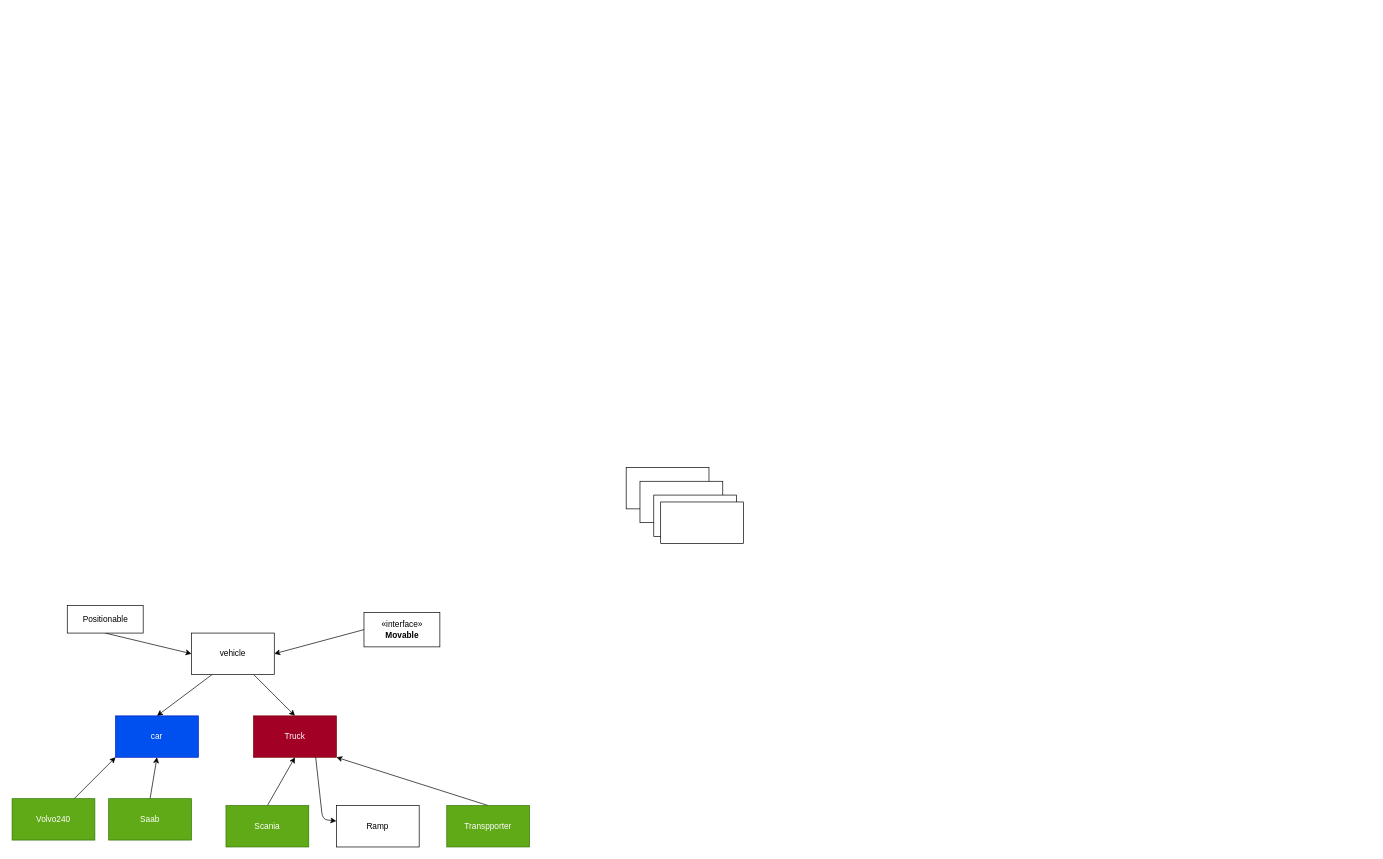
erikpersson0884/TDA553-Lab2 keeps this draw.io diagram as src/Cars/blablalbalba.drawio. Above is the earlier version. Source tidied: cells renumbered, new cells numbered last; positions are measured from the earlier drawing's top-left corner, leaving out a move shared by most shapes. Both pictures are drawn from the tidied source at 69%, with x=0, y=0 at pixel (12, 467).
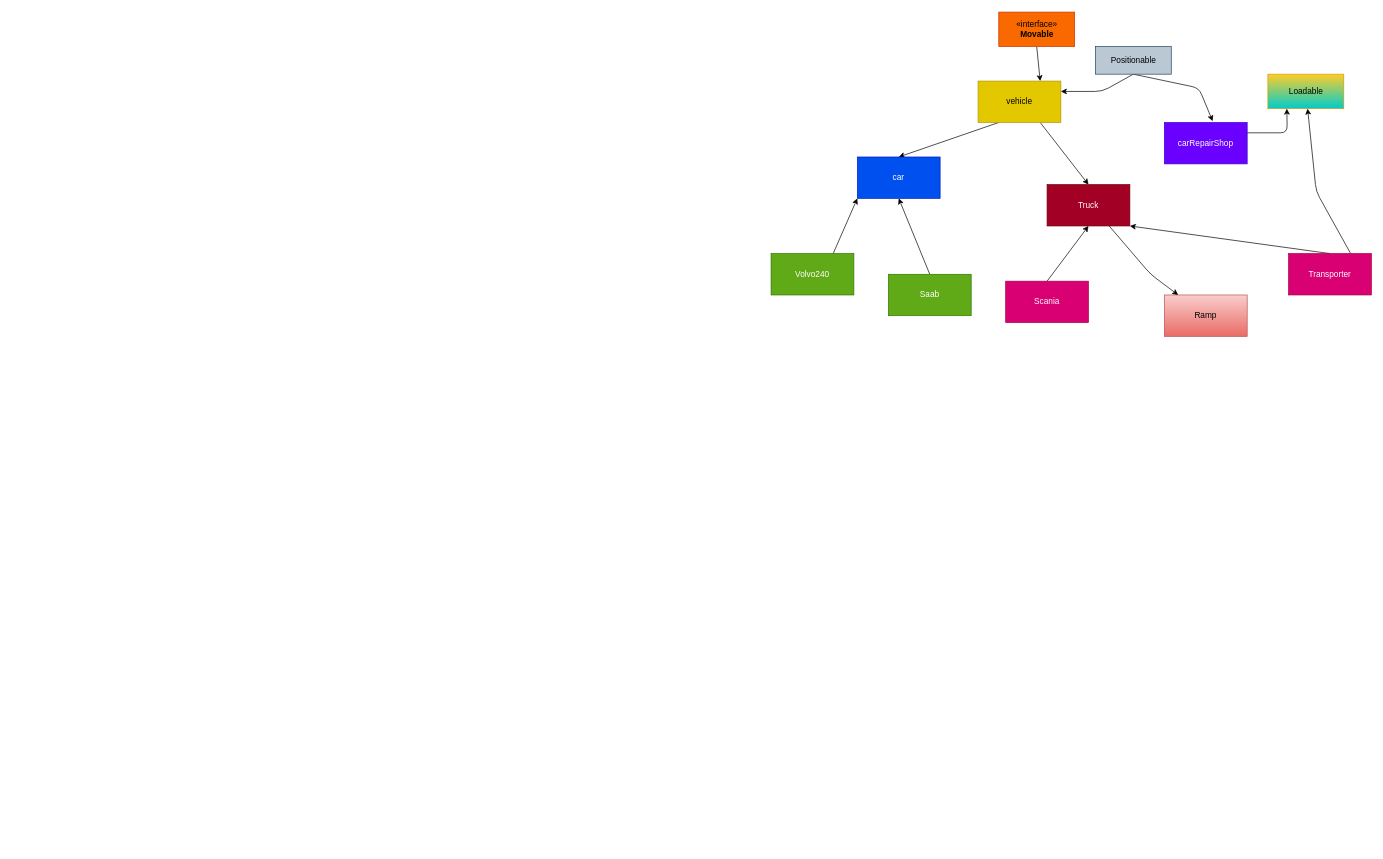
After the change.

The edit, as a diff of the source:
```diff
@@
     <mxCell id="3" value="car" style="rounded=0;whiteSpace=wrap;html=1;fillColor=#0050ef;fontColor=#ffffff;strokeColor=#001DBC;" parent="1" vertex="1">
-      <mxGeometry x="150" y="360" width="120" height="60" as="geometry" />
+      <mxGeometry x="1225" y="-450" width="120" height="60" as="geometry" />
     </mxCell>
@@
     <mxCell id="5" value="Truck" style="rounded=0;whiteSpace=wrap;html=1;fillColor=#a20025;fontColor=#ffffff;strokeColor=#6F0000;" parent="1" vertex="1">
-      <mxGeometry x="350" y="360" width="120" height="60" as="geometry" />
+      <mxGeometry x="1500" y="-410" width="120" height="60" as="geometry" />
     </mxCell>
@@
     <mxCell id="7" value="Volvo240" style="rounded=0;whiteSpace=wrap;html=1;fillColor=#60a917;fontColor=#ffffff;strokeColor=#2D7600;" parent="1" vertex="1">
-      <mxGeometry y="480" width="120" height="60" as="geometry" />
+      <mxGeometry x="1100" y="-310" width="120" height="60" as="geometry" />
     </mxCell>
@@
     <mxCell id="9" value="Saab" style="rounded=0;whiteSpace=wrap;html=1;fillColor=#60a917;fontColor=#ffffff;strokeColor=#2D7600;" parent="1" vertex="1">
-      <mxGeometry x="140" y="480" width="120" height="60" as="geometry" />
+      <mxGeometry x="1270" y="-280" width="120" height="60" as="geometry" />
     </mxCell>
@@
-    <mxCell id="11" value="Scania" style="rounded=0;whiteSpace=wrap;html=1;fillColor=#60a917;fontColor=#ffffff;strokeColor=#2D7600;" parent="1" vertex="1">
-      <mxGeometry x="310" y="490" width="120" height="60" as="geometry" />
+    <mxCell id="11" value="Scania" style="rounded=0;whiteSpace=wrap;html=1;fillColor=#d80073;fontColor=#ffffff;strokeColor=#A50040;" parent="1" vertex="1">
+      <mxGeometry x="1440" y="-270" width="120" height="60" as="geometry" />
     </mxCell>
@@
+    <mxCell id="25" style="edgeStyle=none;html=1;exitX=0.75;exitY=0;exitDx=0;exitDy=0;" parent="1" edge="1" source="13" target="29">
+      <mxGeometry relative="1" as="geometry">
+        <Array as="points">
+          <mxPoint x="1890" y="-400" />
+        </Array>
+      </mxGeometry>
+    </mxCell>
-    <mxCell id="13" value="Transpporter" style="rounded=0;whiteSpace=wrap;html=1;fillColor=#60a917;fontColor=#ffffff;strokeColor=#2D7600;" parent="1" vertex="1">
-      <mxGeometry x="630" y="490" width="120" height="60" as="geometry" />
+    <mxCell id="13" value="Transporter" style="rounded=0;whiteSpace=wrap;html=1;fillColor=#d80073;fontColor=#ffffff;strokeColor=#A50040;" parent="1" vertex="1">
+      <mxGeometry x="1850" y="-310" width="120" height="60" as="geometry" />
     </mxCell>
-    <mxCell id="14" style="rounded=0;whiteSpace=wrap;html=1;" parent="1" vertex="1">
-      <mxGeometry x="890" width="120" height="60" as="geometry" />
-    </mxCell>
-    <mxCell id="15" style="rounded=0;whiteSpace=wrap;html=1;" parent="1" vertex="1">
-      <mxGeometry x="910" y="20" width="120" height="60" as="geometry" />
-    </mxCell>
-    <mxCell id="16" style="rounded=0;whiteSpace=wrap;html=1;" parent="1" vertex="1">
-      <mxGeometry x="930" y="40" width="120" height="60" as="geometry" />
-    </mxCell>
-    <mxCell id="17" value="Ramp" style="rounded=0;whiteSpace=wrap;html=1;" parent="1" vertex="1">
-      <mxGeometry x="470" y="490" width="120" height="60" as="geometry" />
+    <mxCell id="17" value="Ramp" style="rounded=0;whiteSpace=wrap;html=1;fillColor=#f8cecc;gradientColor=#ea6b66;strokeColor=#b85450;" parent="1" vertex="1">
+      <mxGeometry x="1670" y="-250" width="120" height="60" as="geometry" />
     </mxCell>
-    <mxCell id="18" style="rounded=0;whiteSpace=wrap;html=1;" parent="1" vertex="1">
-      <mxGeometry x="940" y="50" width="120" height="60" as="geometry" />
-    </mxCell>
-    <mxCell id="19" style="edgeStyle=none;html=1;exitX=0;exitY=0.5;exitDx=0;exitDy=0;entryX=1;entryY=0.5;entryDx=0;entryDy=0;" parent="1" edge="1" source="22" target="20">
+    <mxCell id="19" style="edgeStyle=none;html=1;exitX=0.5;exitY=1;exitDx=0;exitDy=0;entryX=0.75;entryY=0;entryDx=0;entryDy=0;" parent="1" edge="1" source="22" target="20">
       <mxGeometry relative="1" as="geometry" />
     </mxCell>
-    <mxCell id="20" value="vehicle" style="rounded=0;whiteSpace=wrap;html=1;" parent="1" vertex="1">
-      <mxGeometry x="260" y="240" width="120" height="60" as="geometry" />
+    <mxCell id="20" value="vehicle" style="rounded=0;whiteSpace=wrap;html=1;fillColor=#e3c800;fontColor=#000000;strokeColor=#B09500;" parent="1" vertex="1">
+      <mxGeometry x="1400" y="-560" width="120" height="60" as="geometry" />
     </mxCell>
     <mxCell id="21" style="edgeStyle=none;html=1;exitX=0.75;exitY=1;exitDx=0;exitDy=0;" parent="1" edge="1" source="5" target="17">
       <mxGeometry relative="1" as="geometry">
         <Array as="points">
-          <mxPoint x="450" y="510" />
+          <mxPoint x="1650" y="-280" />
         </Array>
       </mxGeometry>
     </mxCell>
-    <mxCell id="22" value="«interface»&lt;br&gt;&lt;b&gt;Movable&lt;/b&gt;" style="html=1;" parent="1" vertex="1">
-      <mxGeometry x="510" y="210" width="110" height="50" as="geometry" />
+    <mxCell id="22" value="«interface»&lt;br&gt;&lt;b&gt;Movable&lt;/b&gt;" style="html=1;fillColor=#fa6800;fontColor=#000000;strokeColor=#C73500;" parent="1" vertex="1">
+      <mxGeometry x="1430" y="-660" width="110" height="50" as="geometry" />
     </mxCell>
-    <mxCell id="23" style="edgeStyle=none;html=1;exitX=0.5;exitY=1;exitDx=0;exitDy=0;entryX=0;entryY=0.5;entryDx=0;entryDy=0;" parent="1" edge="1" source="24" target="20">
-      <mxGeometry relative="1" as="geometry" />
+    <mxCell id="23" style="edgeStyle=none;html=1;exitX=0.5;exitY=1;exitDx=0;exitDy=0;entryX=1;entryY=0.25;entryDx=0;entryDy=0;" parent="1" edge="1" source="24" target="20">
+      <mxGeometry relative="1" as="geometry">
+        <Array as="points">
+          <mxPoint x="1580" y="-545" />
+        </Array>
+      </mxGeometry>
     </mxCell>
+    <mxCell id="26" style="edgeStyle=none;html=1;exitX=0.5;exitY=1;exitDx=0;exitDy=0;entryX=0.583;entryY=-0.033;entryDx=0;entryDy=0;entryPerimeter=0;" parent="1" edge="1" source="24" target="28">
+      <mxGeometry relative="1" as="geometry">
+        <Array as="points">
+          <mxPoint x="1720" y="-550" />
+        </Array>
+      </mxGeometry>
+    </mxCell>
-    <mxCell id="24" value="Positionable" style="html=1;" parent="1" vertex="1">
-      <mxGeometry x="80" y="200" width="110" height="40" as="geometry" />
+    <mxCell id="24" value="Positionable" style="html=1;fillColor=#bac8d3;strokeColor=#23445d;" parent="1" vertex="1">
+      <mxGeometry x="1570" y="-610" width="110" height="40" as="geometry" />
     </mxCell>
+    <mxCell id="27" style="edgeStyle=none;html=1;exitX=1;exitY=0.25;exitDx=0;exitDy=0;entryX=0.25;entryY=1;entryDx=0;entryDy=0;" parent="1" edge="1" source="28" target="29">
+      <mxGeometry relative="1" as="geometry">
+        <Array as="points">
+          <mxPoint x="1848" y="-485" />
+        </Array>
+      </mxGeometry>
+    </mxCell>
+    <mxCell id="28" value="carRepairShop" style="rounded=0;whiteSpace=wrap;html=1;fillColor=#6a00ff;fontColor=#ffffff;strokeColor=#3700CC;" parent="1" vertex="1">
+      <mxGeometry x="1670" y="-500" width="120" height="60" as="geometry" />
+    </mxCell>
+    <mxCell id="29" value="Loadable" style="html=1;fillColor=#ffcd28;gradientColor=#00CCCC;strokeColor=#d79b00;" parent="1" vertex="1">
+      <mxGeometry x="1820" y="-570" width="110" height="50" as="geometry" />
+    </mxCell>
```
